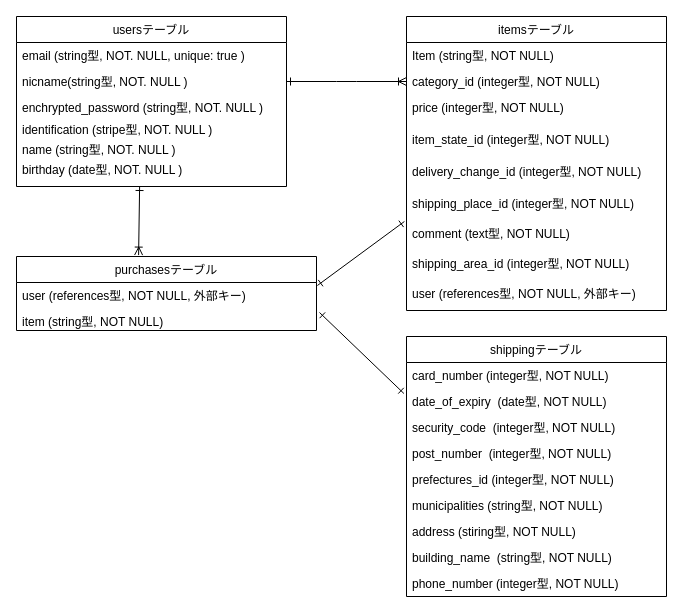
Before: db設計.dio in chibi12/furima-38840, a draw.io diagram. Source tidied: cells renumbered, new cells numbered last; positions are measured from the earlier drawing's top-left corner, leaving out a move shared by most shapes. Both pictures are drawn from the tidied source at 100%, with x=0, y=0 at pixel (16, 16).
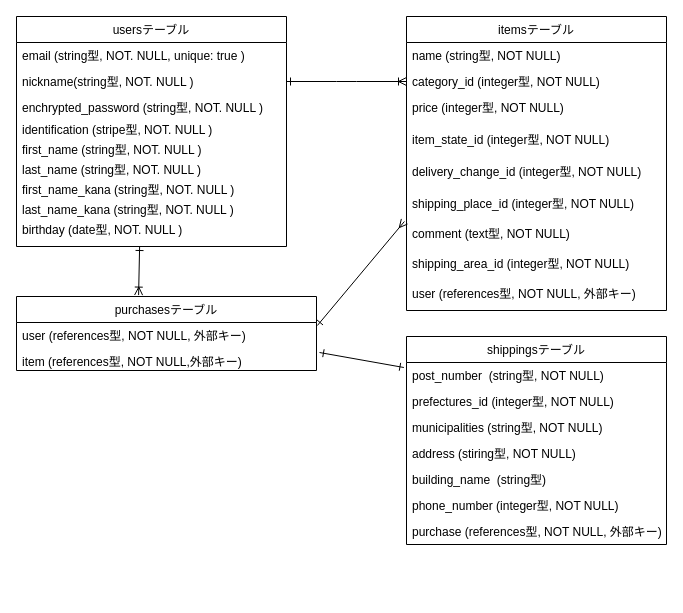
The same page after the edit.

Unchanged cells that the change refers to:
```xml
<mxCell id="10" value="itemsテーブル" style="swimlane;fontStyle=0;horizontal=1;startSize=26;fillColor=none;" parent="1" vertex="1">
  <mxGeometry x="390" width="260" height="294" as="geometry" />
</mxCell>
<mxCell id="17" value="comment (text型, NOT NULL)" style="text;strokeColor=none;fillColor=none;align=left;verticalAlign=top;spacingLeft=4;spacingRight=4;overflow=hidden;points=[[0,0.5],[1,0.5]];portConstraint=eastwest;" parent="10" vertex="1">
  <mxGeometry y="204" width="260" height="30" as="geometry" />
</mxCell>
<mxCell id="22" value="user (references型, NOT NULL, 外部キー)" style="text;strokeColor=none;fillColor=none;align=left;verticalAlign=top;spacingLeft=4;spacingRight=4;overflow=hidden;points=[[0,0.5],[1,0.5]];portConstraint=eastwest;" parent="21" vertex="1">
  <mxGeometry y="26" width="300" height="26" as="geometry" />
</mxCell>
```

The edit, as a diff of the source:
```diff
@@
     <mxCell id="3" value="usersテーブル" style="swimlane;fontStyle=0;horizontal=1;startSize=26;fillColor=none;" parent="1" vertex="1">
-      <mxGeometry width="270" height="170" as="geometry" />
+      <mxGeometry width="270" height="230" as="geometry" />
     </mxCell>
@@
-    <mxCell id="5" value="nicname(string型, NOT. NULL )" style="text;strokeColor=none;fillColor=none;align=left;verticalAlign=top;spacingLeft=4;spacingRight=4;overflow=hidden;points=[[0,0.5],[1,0.5]];portConstraint=eastwest;" parent="3" vertex="1">
+    <mxCell id="5" value="nickname(string型, NOT. NULL )" style="text;strokeColor=none;fillColor=none;align=left;verticalAlign=top;spacingLeft=4;spacingRight=4;overflow=hidden;points=[[0,0.5],[1,0.5]];portConstraint=eastwest;" parent="3" vertex="1">
       <mxGeometry y="52" width="270" height="26" as="geometry" />
     </mxCell>
@@
+    <mxCell id="36" value="first_name (string型, NOT. NULL )" style="text;strokeColor=none;fillColor=none;align=left;verticalAlign=top;spacingLeft=4;spacingRight=4;overflow=hidden;" parent="3" vertex="1">
+      <mxGeometry y="120" width="270" height="20" as="geometry" />
+    </mxCell>
+    <mxCell id="37" value="last_name (string型, NOT. NULL )" style="text;strokeColor=none;fillColor=none;align=left;verticalAlign=top;spacingLeft=4;spacingRight=4;overflow=hidden;" parent="3" vertex="1">
+      <mxGeometry y="140" width="270" height="20" as="geometry" />
+    </mxCell>
-    <mxCell id="8" value="name (string型, NOT. NULL )" style="text;strokeColor=none;fillColor=none;align=left;verticalAlign=top;spacingLeft=4;spacingRight=4;overflow=hidden;" parent="3" vertex="1">
-      <mxGeometry y="120" width="270" height="20" as="geometry" />
+    <mxCell id="8" value="first_name_kana (string型, NOT. NULL )" style="text;strokeColor=none;fillColor=none;align=left;verticalAlign=top;spacingLeft=4;spacingRight=4;overflow=hidden;" parent="3" vertex="1">
+      <mxGeometry y="160" width="270" height="20" as="geometry" />
     </mxCell>
+    <mxCell id="38" value="last_name_kana (string型, NOT. NULL )" style="text;strokeColor=none;fillColor=none;align=left;verticalAlign=top;spacingLeft=4;spacingRight=4;overflow=hidden;" parent="3" vertex="1">
+      <mxGeometry y="180" width="270" height="20" as="geometry" />
+    </mxCell>
     <mxCell id="9" value="birthday (date型, NOT. NULL )" style="text;strokeColor=none;fillColor=none;align=left;verticalAlign=top;spacingLeft=4;spacingRight=4;overflow=hidden;points=[[0,0.5],[1,0.5]];portConstraint=eastwest;" parent="3" vertex="1">
-      <mxGeometry y="140" width="270" height="30" as="geometry" />
+      <mxGeometry y="200" width="270" height="30" as="geometry" />
     </mxCell>
@@
-    <mxCell id="11" value="Item (string型, NOT NULL)" style="text;strokeColor=none;fillColor=none;align=left;verticalAlign=top;spacingLeft=4;spacingRight=4;overflow=hidden;" parent="10" vertex="1">
+    <mxCell id="11" value="name (string型, NOT NULL)" style="text;strokeColor=none;fillColor=none;align=left;verticalAlign=top;spacingLeft=4;spacingRight=4;overflow=hidden;" parent="10" vertex="1">
       <mxGeometry y="26" width="260" height="26" as="geometry" />
     </mxCell>
@@
-    <mxCell id="20" style="edgeStyle=none;html=1;exitX=1.003;exitY=0.115;exitDx=0;exitDy=0;startArrow=ERone;startFill=0;endArrow=ERone;endFill=0;exitPerimeter=0;entryX=-0.008;entryY=0.033;entryDx=0;entryDy=0;entryPerimeter=0;" parent="1" edge="1" source="22" target="17">
+    <mxCell id="20" style="edgeStyle=none;html=1;exitX=1.003;exitY=0.115;exitDx=0;exitDy=0;startArrow=ERone;startFill=0;endArrow=ERmany;endFill=0;exitPerimeter=0;entryX=-0.008;entryY=0.033;entryDx=0;entryDy=0;entryPerimeter=0;" parent="1" edge="1" source="22" target="17">
       <mxGeometry relative="1" as="geometry" />
     </mxCell>
     <mxCell id="21" value="purchasesテーブル" style="swimlane;fontStyle=0;horizontal=1;startSize=26;fillColor=none;" parent="1" vertex="1">
-      <mxGeometry y="240" width="300" height="74" as="geometry" />
+      <mxGeometry y="280" width="300" height="74" as="geometry" />
     </mxCell>
@@
-    <mxCell id="23" value="item (string型, NOT NULL)" style="text;strokeColor=none;fillColor=none;align=left;verticalAlign=top;spacingLeft=4;spacingRight=4;overflow=hidden;points=[[0,0.5],[1,0.5]];portConstraint=eastwest;" parent="21" vertex="1">
+    <mxCell id="23" value="item (references型, NOT NULL,外部キー)" style="text;strokeColor=none;fillColor=none;align=left;verticalAlign=top;spacingLeft=4;spacingRight=4;overflow=hidden;points=[[0,0.5],[1,0.5]];portConstraint=eastwest;" parent="21" vertex="1">
       <mxGeometry y="52" width="300" height="22" as="geometry" />
     </mxCell>
-    <mxCell id="24" value="shippingテーブル" style="swimlane;fontStyle=0;horizontal=1;startSize=26;fillColor=none;" parent="1" vertex="1">
-      <mxGeometry x="390" y="320" width="260" height="260" as="geometry" />
+    <mxCell id="24" value="shippingsテーブル" style="swimlane;fontStyle=0;horizontal=1;startSize=26;fillColor=none;" parent="1" vertex="1">
+      <mxGeometry x="390" y="320" width="260" height="208" as="geometry" />
     </mxCell>
-    <mxCell id="25" value="card_number (integer型, NOT NULL)" style="text;strokeColor=none;fillColor=none;align=left;verticalAlign=top;spacingLeft=4;spacingRight=4;overflow=hidden;" parent="24" vertex="1">
-      <mxGeometry y="26" width="260" height="26" as="geometry" />
-    </mxCell>
-    <mxCell id="26" value="date_of_expiry  (date型, NOT NULL)" style="text;strokeColor=none;fillColor=none;align=left;verticalAlign=top;spacingLeft=4;spacingRight=4;overflow=hidden;points=[[0,0.5],[1,0.5]];portConstraint=eastwest;" parent="24" vertex="1">
-      <mxGeometry y="52" width="260" height="26" as="geometry" />
-    </mxCell>
-    <mxCell id="27" value="security_code  (integer型, NOT NULL)" style="text;strokeColor=none;fillColor=none;align=left;verticalAlign=top;spacingLeft=4;spacingRight=4;overflow=hidden;" parent="24" vertex="1">
-      <mxGeometry y="78" width="260" height="26" as="geometry" />
-    </mxCell>
-    <mxCell id="28" value="post_number  (integer型, NOT NULL)" style="text;strokeColor=none;fillColor=none;align=left;verticalAlign=top;spacingLeft=4;spacingRight=4;overflow=hidden;" parent="24" vertex="1">
-      <mxGeometry y="104" width="260" height="26" as="geometry" />
+    <mxCell id="28" value="post_number  (string型, NOT NULL)" style="text;strokeColor=none;fillColor=none;align=left;verticalAlign=top;spacingLeft=4;spacingRight=4;overflow=hidden;" parent="24" vertex="1">
+      <mxGeometry y="26" width="260" height="26" as="geometry" />
     </mxCell>
     <mxCell id="29" value="prefectures_id (integer型, NOT NULL)" style="text;strokeColor=none;fillColor=none;align=left;verticalAlign=top;spacingLeft=4;spacingRight=4;overflow=hidden;" parent="24" vertex="1">
-      <mxGeometry y="130" width="260" height="26" as="geometry" />
+      <mxGeometry y="52" width="260" height="26" as="geometry" />
     </mxCell>
     <mxCell id="30" value="municipalities (string型, NOT NULL)" style="text;strokeColor=none;fillColor=none;align=left;verticalAlign=top;spacingLeft=4;spacingRight=4;overflow=hidden;" parent="24" vertex="1">
-      <mxGeometry y="156" width="260" height="26" as="geometry" />
+      <mxGeometry y="78" width="260" height="26" as="geometry" />
     </mxCell>
     <mxCell id="31" value="address (stiring型, NOT NULL)" style="text;strokeColor=none;fillColor=none;align=left;verticalAlign=top;spacingLeft=4;spacingRight=4;overflow=hidden;" parent="24" vertex="1">
-      <mxGeometry y="182" width="260" height="26" as="geometry" />
+      <mxGeometry y="104" width="260" height="26" as="geometry" />
     </mxCell>
-    <mxCell id="32" value="building_name  (string型, NOT NULL)" style="text;strokeColor=none;fillColor=none;align=left;verticalAlign=top;spacingLeft=4;spacingRight=4;overflow=hidden;" parent="24" vertex="1">
-      <mxGeometry y="208" width="260" height="26" as="geometry" />
+    <mxCell id="32" value="building_name  (string型)" style="text;strokeColor=none;fillColor=none;align=left;verticalAlign=top;spacingLeft=4;spacingRight=4;overflow=hidden;" parent="24" vertex="1">
+      <mxGeometry y="130" width="260" height="26" as="geometry" />
     </mxCell>
     <mxCell id="33" value="phone_number (integer型, NOT NULL)" style="text;strokeColor=none;fillColor=none;align=left;verticalAlign=top;spacingLeft=4;spacingRight=4;overflow=hidden;" parent="24" vertex="1">
-      <mxGeometry y="234" width="260" height="26" as="geometry" />
+      <mxGeometry y="156" width="260" height="26" as="geometry" />
     </mxCell>
+    <mxCell id="39" value="purchase (references型, NOT NULL, 外部キー)" style="text;strokeColor=none;fillColor=none;align=left;verticalAlign=top;spacingLeft=4;spacingRight=4;overflow=hidden;" parent="24" vertex="1">
+      <mxGeometry y="182" width="260" height="26" as="geometry" />
+    </mxCell>
@@
-    <mxCell id="35" style="edgeStyle=none;html=1;entryX=-0.01;entryY=0.192;entryDx=0;entryDy=0;entryPerimeter=0;exitX=1.01;exitY=0.182;exitDx=0;exitDy=0;exitPerimeter=0;endArrow=ERone;endFill=0;startArrow=ERone;startFill=0;" parent="1" edge="1" source="23" target="26">
-      <mxGeometry relative="1" as="geometry" />
+    <mxCell id="35" style="edgeStyle=none;html=1;entryX=-0.01;entryY=0.192;entryDx=0;entryDy=0;entryPerimeter=0;exitX=1.01;exitY=0.182;exitDx=0;exitDy=0;exitPerimeter=0;endArrow=ERone;endFill=0;startArrow=ERone;startFill=0;" parent="1" edge="1" source="23">
+      <mxGeometry relative="1" as="geometry">
+        <mxPoint x="387.4" y="351" as="targetPoint" />
+      </mxGeometry>
     </mxCell>
```
